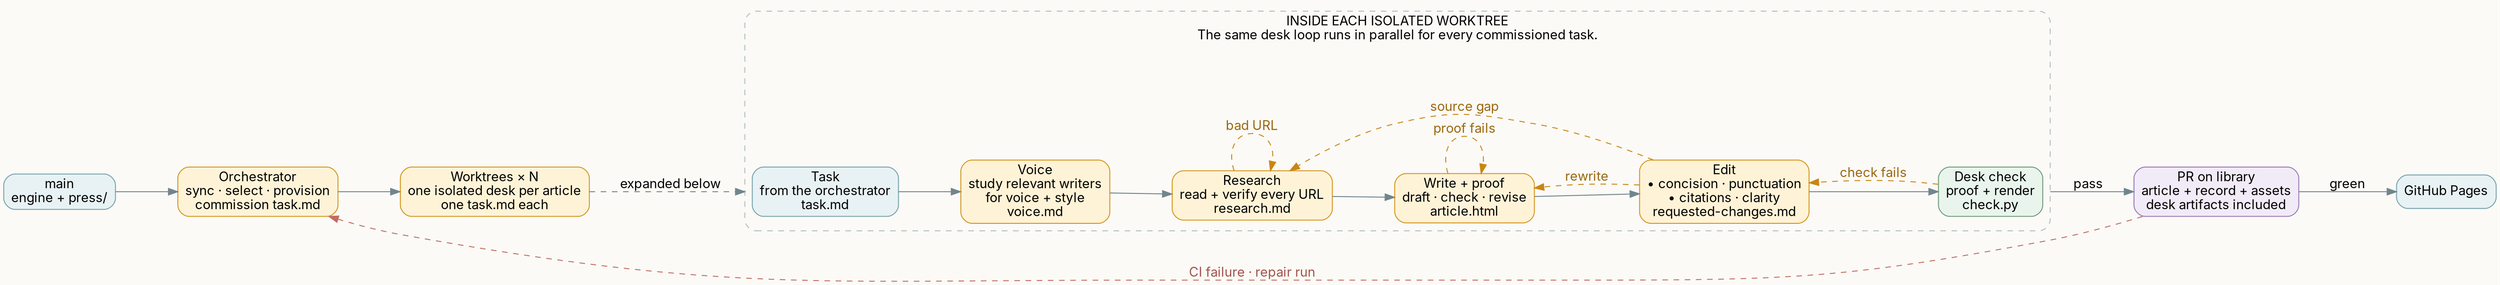
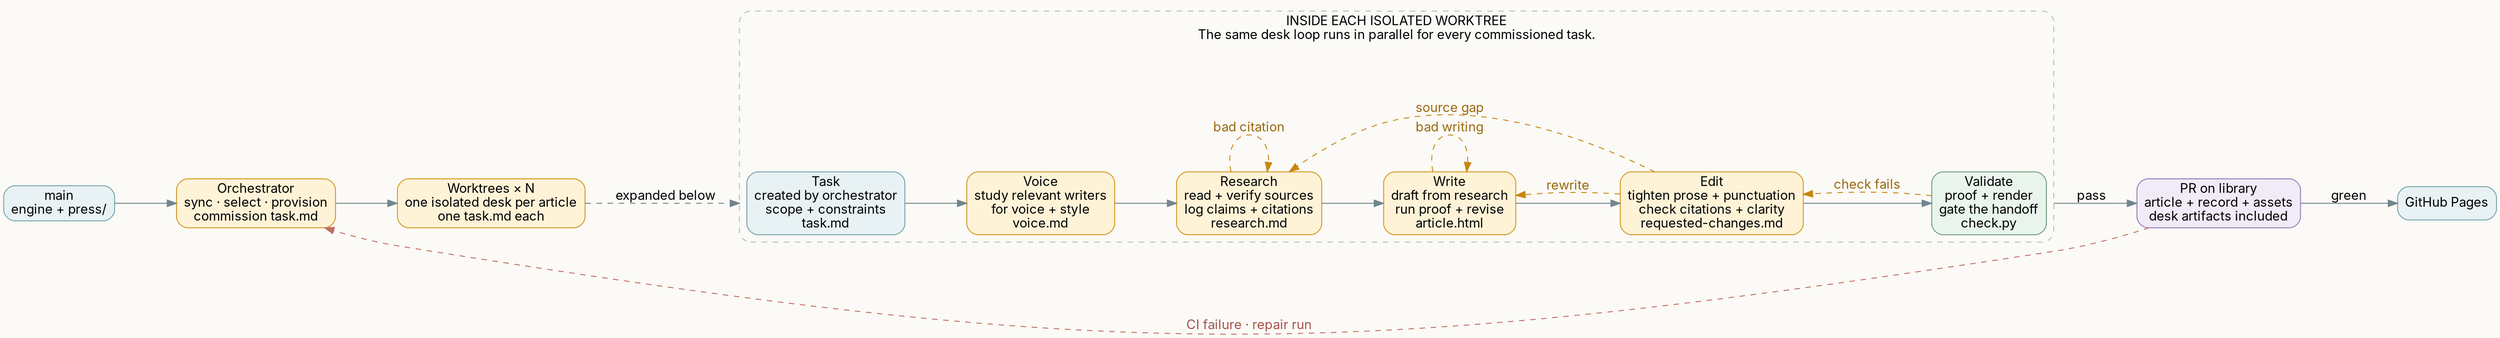
// Editable graph specification for architecture.svg.
// The checked-in SVG keeps fixed coordinates so its routes stay legible in the README.
digraph nightly_build {
  graph [
    bgcolor="#fbfaf7"
    compound=true
    fontname="Inter"
    nodesep=0.55
    rankdir=LR
    ranksep=0.9
    splines=spline
  ]
  node [
    color="#d49620"
    fillcolor="#fff3d7"
    fontname="Inter"
    shape=box
    style="filled,rounded"
  ]
  edge [color="#71858d" fontname="Inter"]

  main [color="#76a3ab" fillcolor="#e8f2f4" label="main\nengine + press/"]
  orchestrator [label="Orchestrator\nsync · select · provision\ncommission task.md"]
  worktrees [label="Worktrees × N\none isolated desk per article\none task.md each"]
  pull_request [color="#9a7ab6" fillcolor="#f1ebf7" label="PR on library\narticle + record + assets\ndesk artifacts included"]
  pages [color="#76a3ab" fillcolor="#e8f2f4" label="GitHub Pages"]

  main -> orchestrator
  orchestrator -> worktrees
  pull_request -> pages [label="green"]
  pull_request -> orchestrator [
    color="#c16e61"
    constraint=false
    fontcolor="#a35349"
    label="CI failure · repair run"
    style=dashed
  ]

  subgraph cluster_worktree {
    color="#afbfbd"
    fontname="Inter"
    label="INSIDE EACH ISOLATED WORKTREE\nThe same desk loop runs in parallel for every commissioned task."
    style="dashed,rounded"

-     task [color="#76a3ab" fillcolor="#e8f2f4" label="Task\nfrom the orchestrator\ntask.md"]
+     task [color="#76a3ab" fillcolor="#e8f2f4" label="Task\ncreated by orchestrator\nscope + constraints\ntask.md"]
    voice [label="Voice\nstudy relevant writers\nfor voice + style\nvoice.md"]
-     research [label="Research\nread + verify every URL\nresearch.md"]
-     write [label="Write + proof\ndraft · check · revise\narticle.html"]
-     edit [label="Edit\n• concision · punctuation\n• citations · clarity\nrequested-changes.md"]
-     desk_check [color="#6f9a78" fillcolor="#e9f5ec" label="Desk check\nproof + render\ncheck.py"]
+     research [label="Research\nread + verify sources\nlog claims + citations\nresearch.md"]
+     write [label="Write\ndraft from research\nrun proof + revise\narticle.html"]
+     edit [label="Edit\ntighten prose + punctuation\ncheck citations + clarity\nrequested-changes.md"]
+     validate [color="#6f9a78" fillcolor="#e9f5ec" label="Validate\nproof + render\ngate the handoff\ncheck.py"]

-     task -> voice -> research -> write -> edit -> desk_check
-     research -> research [color="#c98612" fontcolor="#9a680f" label="bad URL" style=dashed]
-     write -> write [color="#c98612" fontcolor="#9a680f" label="proof fails" style=dashed]
+     task -> voice -> research -> write -> edit -> validate
+     research -> research [color="#c98612" fontcolor="#9a680f" label="bad citation" style=dashed]
+     write -> write [color="#c98612" fontcolor="#9a680f" label="bad writing" style=dashed]
    edit -> research [color="#c98612" constraint=false fontcolor="#9a680f" label="source gap" style=dashed]
    edit -> write [color="#c98612" constraint=false fontcolor="#9a680f" label="rewrite" style=dashed]
-     desk_check -> edit [color="#c98612" constraint=false fontcolor="#9a680f" label="check fails" style=dashed]
+     validate -> edit [color="#c98612" constraint=false fontcolor="#9a680f" label="check fails" style=dashed]
  }

  worktrees -> task [lhead=cluster_worktree label="expanded below" style=dashed]
-   desk_check -> pull_request [ltail=cluster_worktree label="pass"]
+   validate -> pull_request [ltail=cluster_worktree label="pass"]
}
